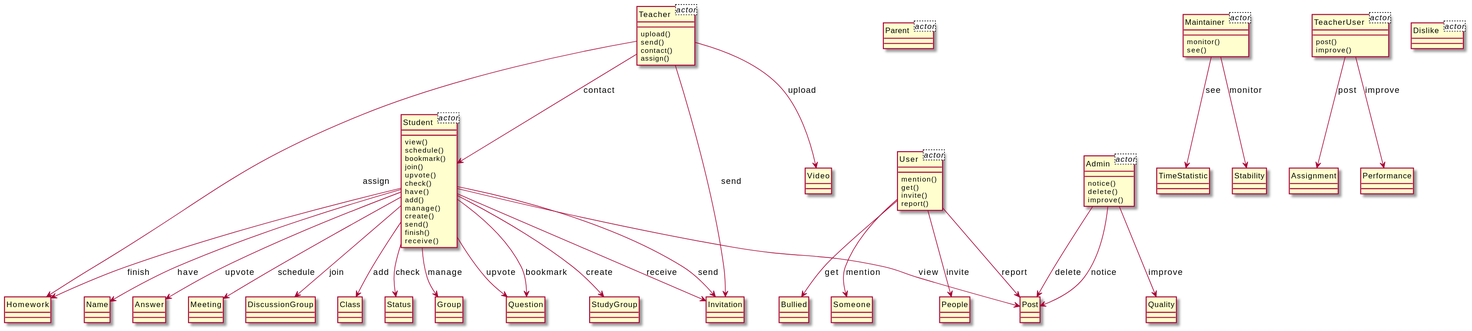
Earlier version of the PlantUML export output/diagram_5/2019-USC-Project03.svg (xixixhalu/DomainModelExtractor).
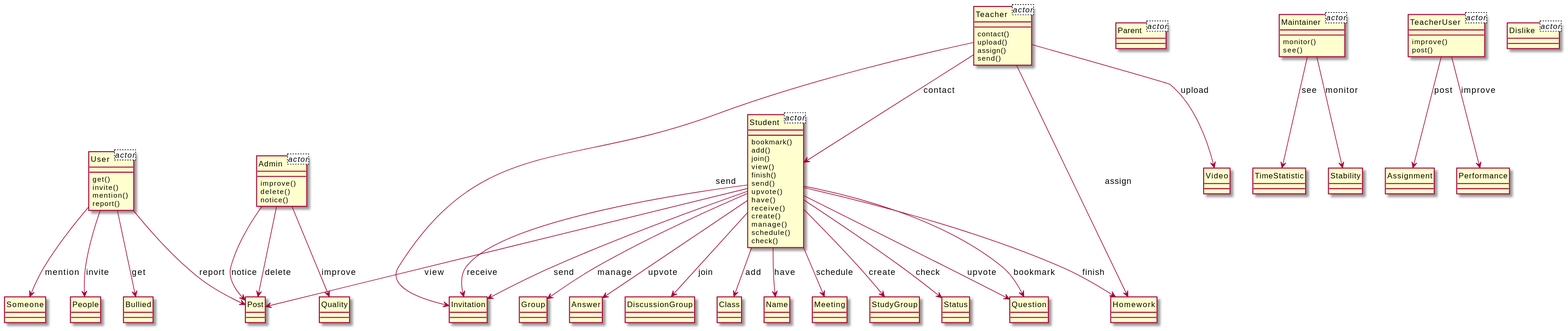
The same diagram one commit later.

Diff of the diagram source:
```diff
@@ -16,40 +16,71 @@
 }
 class Dislike<actor> {
 }
-class User {
-	mention()
-	get()
-	invite()
-	report()
+class Student {
+	bookmark()
+	add()
+	join()
+	view()
+	finish()
+	send()
+	upvote()
+	have()
+	receive()
+	create()
+	manage()
+	schedule()
+	check()
 }
-class Bullied {
+class Status {
+}
+class Admin {
+	improve()
+	delete()
+	notice()
+}
+class Quality {
+}
+class Question {
+}
+class Post {
 }
 class Teacher {
+	contact()
 	upload()
+	assign()
 	send()
-	contact()
-	assign()
 }
 class Homework {
 }
-class Student {
-	view()
-	schedule()
-	bookmark()
-	join()
-	upvote()
-	check()
-	have()
-	add()
-	manage()
-	create()
-	send()
-	finish()
-	receive()
+class Invitation {
 }
-class Name {
+class Group {
+}
+class Video {
+}
+class TeacherUser {
+	improve()
+	post()
+}
+class Assignment {
+}
+class User {
+	get()
+	invite()
+	mention()
+	report()
 }
 class Someone {
+}
+class People {
+}
+class Answer {
+}
+class DiscussionGroup {
+}
+class Performance {
+}
+class Class {
 }
 class Maintainer {
 	monitor()
@@ -57,74 +88,43 @@
 }
 class TimeStatistic {
 }
-class Answer {
+class Stability {
 }
-class Post {
+class Name {
+}
+class Bullied {
 }
 class Meeting {
 }
-class Admin {
-	notice()
-	delete()
-	improve()
-}
-class Quality {
-}
-class Invitation {
-}
-class Question {
-}
-class TeacherUser {
-	post()
-	improve()
-}
-class Assignment {
-}
-class DiscussionGroup {
-}
-class Class {
-}
-class People {
-}
-class Stability {
-}
-class Status {
-}
-class Group {
-}
 class StudyGroup {
 }
-class Performance {
-}
-class Video {
-}
+Student --> Status : check
+Student --> Meeting : schedule
+Student --> Answer : upvote
+Teacher --> Student : contact
+Student --> Invitation : receive
+Student --> DiscussionGroup : join
+Admin --> Quality : improve
+Student --> StudyGroup : create
+Teacher --> Invitation : send
+Student --> Question : upvote
+Student --> Post : view
+TeacherUser --> Performance : improve
+Admin --> Post : delete
+Student --> Question : bookmark
+Student --> Group : manage
+Student --> Homework : finish
+Teacher --> Homework : assign
+Student --> Class : add
+Teacher --> Video : upload
+Student --> Invitation : send
+Maintainer --> TimeStatistic : see
+TeacherUser --> Assignment : post
+Maintainer --> Stability : monitor
+User --> Someone : mention
+User --> Post : report
+Student --> Name : have
+User --> People : invite
 User --> Bullied : get
-Student --> Question : bookmark
-TeacherUser --> Assignment : post
-TeacherUser --> Performance : improve
-Student --> DiscussionGroup : join
-Teacher --> Homework : assign
-Teacher --> Video : upload
-Student --> Class : add
-Student --> Answer : upvote
-Student --> Name : have
-Student --> Post : view
-Student --> Homework : finish
-Admin --> Post : delete
-User --> Post : report
 Admin --> Post : notice
-Student --> Invitation : receive
-Student --> Meeting : schedule
-Student --> Invitation : send
-User --> People : invite
-Admin --> Quality : improve
-Maintainer --> Stability : monitor
-Teacher --> Student : contact
-Student --> Status : check
-Teacher --> Invitation : send
-Student --> Group : manage
-Student --> Question : upvote
-Maintainer --> TimeStatistic : see
-User --> Someone : mention
-Student --> StudyGroup : create
 @enduml
```
